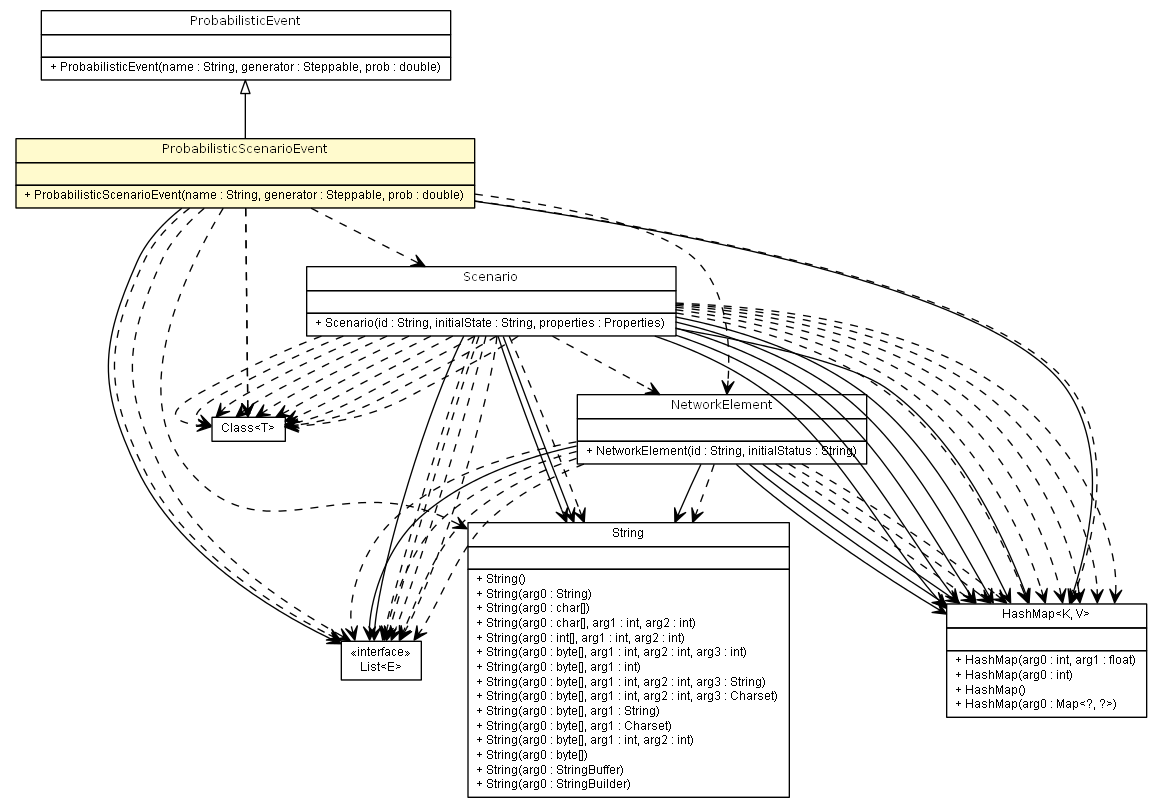
Earlier version of the Graphviz export apidocs/es/upm/dit/gsi/shanks/model/event/scenario/ProbabilisticScenarioEvent.png (gsi-upm/Shanks). Its source is kept beside it as apidocs/es/upm/dit/gsi/shanks/model/event/scenario/ProbabilisticScenarioEvent.dot.
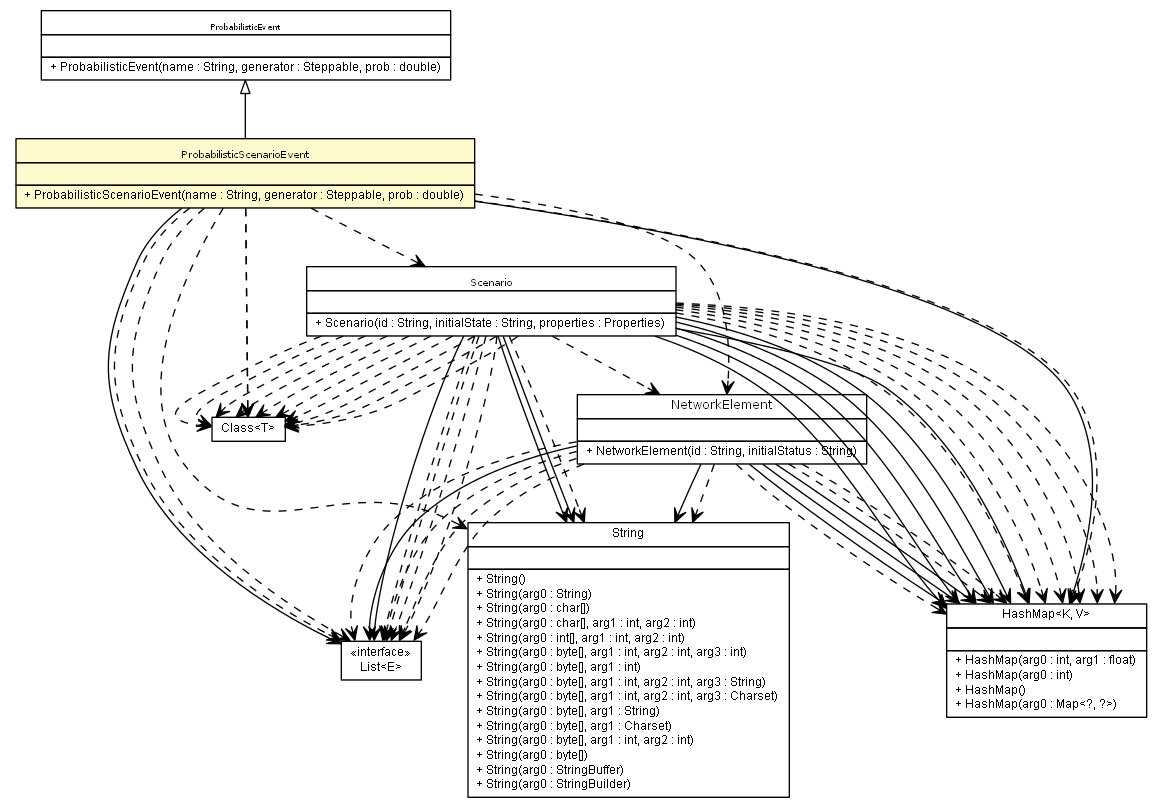
Later version of the same file.

Diff of the diagram source:
```diff
@@ -66,43 +66,43 @@
 	c6208:p -> c6235:p [taillabel="", label="", headlabel="", fontname="arial", fontcolor="black", fontsize=10.0, color="black", arrowhead=open];
 	c6208:p -> c6235:p [taillabel="", label="", headlabel="", fontname="arial", fontcolor="black", fontsize=10.0, color="black", arrowhead=open];
 	c6191:p -> c6236:p [taillabel="", label="", headlabel="", fontname="arial", fontcolor="black", fontsize=10.0, color="black", arrowhead=open, style=dashed];
+	c6191:p -> c6235:p [taillabel="", label="", headlabel="", fontname="arial", fontcolor="black", fontsize=10.0, color="black", arrowhead=open, style=dashed];
+	c6191:p -> c6235:p [taillabel="", label="", headlabel="", fontname="arial", fontcolor="black", fontsize=10.0, color="black", arrowhead=open, style=dashed];
+	c6191:p -> c6236:p [taillabel="", label="", headlabel="", fontname="arial", fontcolor="black", fontsize=10.0, color="black", arrowhead=open, style=dashed];
+	c6191:p -> c6234:p [taillabel="", label="", headlabel="", fontname="arial", fontcolor="black", fontsize=10.0, color="black", arrowhead=open, style=dashed];
+	c6191:p -> c6235:p [taillabel="", label="", headlabel="", fontname="arial", fontcolor="black", fontsize=10.0, color="black", arrowhead=open, style=dashed];
 	c6191:p -> c6236:p [taillabel="", label="", headlabel="", fontname="arial", fontcolor="black", fontsize=10.0, color="black", arrowhead=open, style=dashed];
 	c6191:p -> c6236:p [taillabel="", label="", headlabel="", fontname="arial", fontcolor="black", fontsize=10.0, color="black", arrowhead=open, style=dashed];
-	c6191:p -> c6235:p [taillabel="", label="", headlabel="", fontname="arial", fontcolor="black", fontsize=10.0, color="black", arrowhead=open, style=dashed];
-	c6191:p -> c6235:p [taillabel="", label="", headlabel="", fontname="arial", fontcolor="black", fontsize=10.0, color="black", arrowhead=open, style=dashed];
-	c6191:p -> c6234:p [taillabel="", label="", headlabel="", fontname="arial", fontcolor="black", fontsize=10.0, color="black", arrowhead=open, style=dashed];
-	c6191:p -> c6236:p [taillabel="", label="", headlabel="", fontname="arial", fontcolor="black", fontsize=10.0, color="black", arrowhead=open, style=dashed];
-	c6191:p -> c6235:p [taillabel="", label="", headlabel="", fontname="arial", fontcolor="black", fontsize=10.0, color="black", arrowhead=open, style=dashed];
-	c6206:p -> c6235:p [taillabel="", label="", headlabel="", fontname="arial", fontcolor="black", fontsize=10.0, color="black", arrowhead=open, style=dashed];
+	c6206:p -> c6237:p [taillabel="", label="", headlabel="", fontname="arial", fontcolor="black", fontsize=10.0, color="black", arrowhead=open, style=dashed];
+	c6206:p -> c6191:p [taillabel="", label="", headlabel="", fontname="arial", fontcolor="black", fontsize=10.0, color="black", arrowhead=open, style=dashed];
 	c6206:p -> c6236:p [taillabel="", label="", headlabel="", fontname="arial", fontcolor="black", fontsize=10.0, color="black", arrowhead=open, style=dashed];
 	c6206:p -> c6234:p [taillabel="", label="", headlabel="", fontname="arial", fontcolor="black", fontsize=10.0, color="black", arrowhead=open, style=dashed];
 	c6206:p -> c6208:p [taillabel="", label="", headlabel="", fontname="arial", fontcolor="black", fontsize=10.0, color="black", arrowhead=open, style=dashed];
 	c6206:p -> c6237:p [taillabel="", label="", headlabel="", fontname="arial", fontcolor="black", fontsize=10.0, color="black", arrowhead=open, style=dashed];
 	c6206:p -> c6236:p [taillabel="", label="", headlabel="", fontname="arial", fontcolor="black", fontsize=10.0, color="black", arrowhead=open, style=dashed];
-	c6206:p -> c6191:p [taillabel="", label="", headlabel="", fontname="arial", fontcolor="black", fontsize=10.0, color="black", arrowhead=open, style=dashed];
-	c6206:p -> c6237:p [taillabel="", label="", headlabel="", fontname="arial", fontcolor="black", fontsize=10.0, color="black", arrowhead=open, style=dashed];
+	c6206:p -> c6235:p [taillabel="", label="", headlabel="", fontname="arial", fontcolor="black", fontsize=10.0, color="black", arrowhead=open, style=dashed];
+	c6208:p -> c6237:p [taillabel="", label="", headlabel="", fontname="arial", fontcolor="black", fontsize=10.0, color="black", arrowhead=open, style=dashed];
+	c6208:p -> c6236:p [taillabel="", label="", headlabel="", fontname="arial", fontcolor="black", fontsize=10.0, color="black", arrowhead=open, style=dashed];
+	c6208:p -> c6237:p [taillabel="", label="", headlabel="", fontname="arial", fontcolor="black", fontsize=10.0, color="black", arrowhead=open, style=dashed];
+	c6208:p -> c6237:p [taillabel="", label="", headlabel="", fontname="arial", fontcolor="black", fontsize=10.0, color="black", arrowhead=open, style=dashed];
 	c6208:p -> c6235:p [taillabel="", label="", headlabel="", fontname="arial", fontcolor="black", fontsize=10.0, color="black", arrowhead=open, style=dashed];
+	c6208:p -> c6191:p [taillabel="", label="", headlabel="", fontname="arial", fontcolor="black", fontsize=10.0, color="black", arrowhead=open, style=dashed];
+	c6208:p -> c6235:p [taillabel="", label="", headlabel="", fontname="arial", fontcolor="black", fontsize=10.0, color="black", arrowhead=open, style=dashed];
+	c6208:p -> c6236:p [taillabel="", label="", headlabel="", fontname="arial", fontcolor="black", fontsize=10.0, color="black", arrowhead=open, style=dashed];
+	c6208:p -> c6235:p [taillabel="", label="", headlabel="", fontname="arial", fontcolor="black", fontsize=10.0, color="black", arrowhead=open, style=dashed];
+	c6208:p -> c6234:p [taillabel="", label="", headlabel="", fontname="arial", fontcolor="black", fontsize=10.0, color="black", arrowhead=open, style=dashed];
+	c6208:p -> c6237:p [taillabel="", label="", headlabel="", fontname="arial", fontcolor="black", fontsize=10.0, color="black", arrowhead=open, style=dashed];
+	c6208:p -> c6235:p [taillabel="", label="", headlabel="", fontname="arial", fontcolor="black", fontsize=10.0, color="black", arrowhead=open, style=dashed];
+	c6208:p -> c6237:p [taillabel="", label="", headlabel="", fontname="arial", fontcolor="black", fontsize=10.0, color="black", arrowhead=open, style=dashed];
+	c6208:p -> c6235:p [taillabel="", label="", headlabel="", fontname="arial", fontcolor="black", fontsize=10.0, color="black", arrowhead=open, style=dashed];
+	c6208:p -> c6235:p [taillabel="", label="", headlabel="", fontname="arial", fontcolor="black", fontsize=10.0, color="black", arrowhead=open, style=dashed];
+	c6208:p -> c6237:p [taillabel="", label="", headlabel="", fontname="arial", fontcolor="black", fontsize=10.0, color="black", arrowhead=open, style=dashed];
+	c6208:p -> c6237:p [taillabel="", label="", headlabel="", fontname="arial", fontcolor="black", fontsize=10.0, color="black", arrowhead=open, style=dashed];
 	c6208:p -> c6237:p [taillabel="", label="", headlabel="", fontname="arial", fontcolor="black", fontsize=10.0, color="black", arrowhead=open, style=dashed];
 	c6208:p -> c6237:p [taillabel="", label="", headlabel="", fontname="arial", fontcolor="black", fontsize=10.0, color="black", arrowhead=open, style=dashed];
 	c6208:p -> c6236:p [taillabel="", label="", headlabel="", fontname="arial", fontcolor="black", fontsize=10.0, color="black", arrowhead=open, style=dashed];
 	c6208:p -> c6237:p [taillabel="", label="", headlabel="", fontname="arial", fontcolor="black", fontsize=10.0, color="black", arrowhead=open, style=dashed];
-	c6208:p -> c6235:p [taillabel="", label="", headlabel="", fontname="arial", fontcolor="black", fontsize=10.0, color="black", arrowhead=open, style=dashed];
-	c6208:p -> c6235:p [taillabel="", label="", headlabel="", fontname="arial", fontcolor="black", fontsize=10.0, color="black", arrowhead=open, style=dashed];
-	c6208:p -> c6234:p [taillabel="", label="", headlabel="", fontname="arial", fontcolor="black", fontsize=10.0, color="black", arrowhead=open, style=dashed];
 	c6208:p -> c6236:p [taillabel="", label="", headlabel="", fontname="arial", fontcolor="black", fontsize=10.0, color="black", arrowhead=open, style=dashed];
-	c6208:p -> c6237:p [taillabel="", label="", headlabel="", fontname="arial", fontcolor="black", fontsize=10.0, color="black", arrowhead=open, style=dashed];
-	c6208:p -> c6237:p [taillabel="", label="", headlabel="", fontname="arial", fontcolor="black", fontsize=10.0, color="black", arrowhead=open, style=dashed];
-	c6208:p -> c6235:p [taillabel="", label="", headlabel="", fontname="arial", fontcolor="black", fontsize=10.0, color="black", arrowhead=open, style=dashed];
-	c6208:p -> c6237:p [taillabel="", label="", headlabel="", fontname="arial", fontcolor="black", fontsize=10.0, color="black", arrowhead=open, style=dashed];
-	c6208:p -> c6235:p [taillabel="", label="", headlabel="", fontname="arial", fontcolor="black", fontsize=10.0, color="black", arrowhead=open, style=dashed];
-	c6208:p -> c6237:p [taillabel="", label="", headlabel="", fontname="arial", fontcolor="black", fontsize=10.0, color="black", arrowhead=open, style=dashed];
-	c6208:p -> c6236:p [taillabel="", label="", headlabel="", fontname="arial", fontcolor="black", fontsize=10.0, color="black", arrowhead=open, style=dashed];
-	c6208:p -> c6236:p [taillabel="", label="", headlabel="", fontname="arial", fontcolor="black", fontsize=10.0, color="black", arrowhead=open, style=dashed];
-	c6208:p -> c6237:p [taillabel="", label="", headlabel="", fontname="arial", fontcolor="black", fontsize=10.0, color="black", arrowhead=open, style=dashed];
-	c6208:p -> c6237:p [taillabel="", label="", headlabel="", fontname="arial", fontcolor="black", fontsize=10.0, color="black", arrowhead=open, style=dashed];
-	c6208:p -> c6237:p [taillabel="", label="", headlabel="", fontname="arial", fontcolor="black", fontsize=10.0, color="black", arrowhead=open, style=dashed];
-	c6208:p -> c6235:p [taillabel="", label="", headlabel="", fontname="arial", fontcolor="black", fontsize=10.0, color="black", arrowhead=open, style=dashed];
-	c6208:p -> c6191:p [taillabel="", label="", headlabel="", fontname="arial", fontcolor="black", fontsize=10.0, color="black", arrowhead=open, style=dashed];
 	c6237 [label=<<table title="java.lang.Class" border="0" cellborder="1" cellspacing="0" cellpadding="2" port="p" href="http://java.sun.com/j2se/1.4.2/docs/api/java/lang/Class.html">
 		<tr><td><table border="0" cellspacing="0" cellpadding="1">
 <tr><td align="center" balign="center"> Class&lt;T&gt; </td></tr>
```
